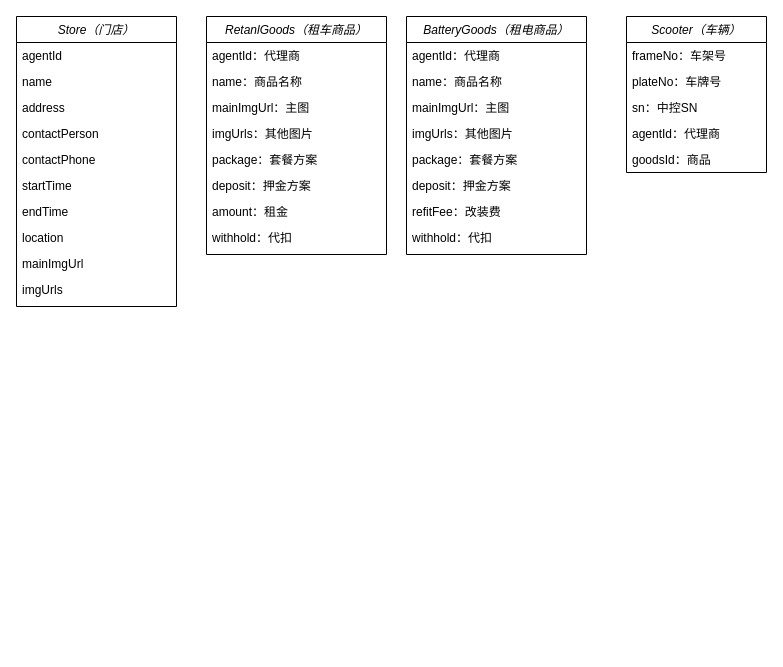
The draw.io diagram 换电SaaS平台.drawio in vikey5210000/diagrams, before the edit. Source tidied: cells renumbered, new cells numbered last; positions are measured from the earlier drawing's top-left corner, leaving out a move shared by most shapes. Both pictures are drawn from the tidied source at 100%, with x=0, y=0 at pixel (16, 16).
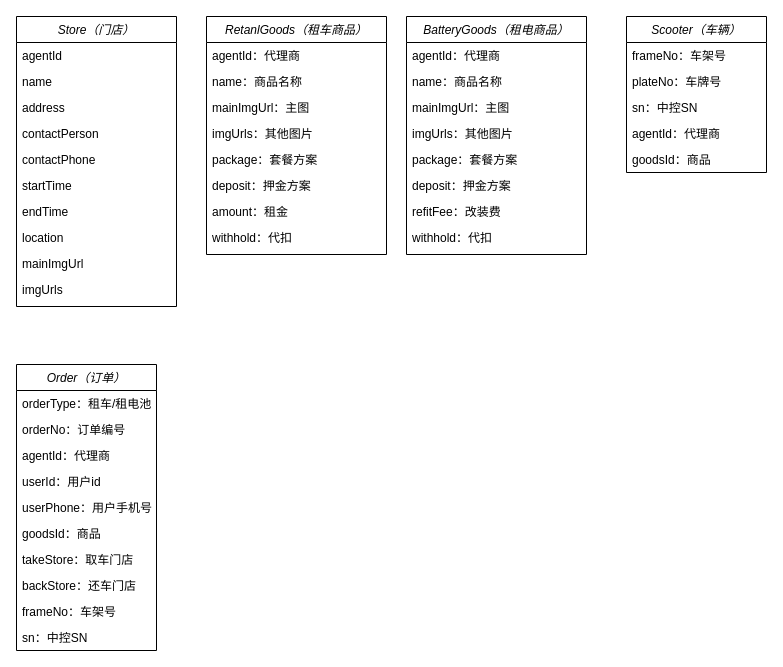
The same page after the edit.

Commit message:
更新换电SaaS平台.drawio

Change to the diagram source:
```diff
@@
+    <mxCell id="37" value="Order（订单）" style="swimlane;fontStyle=2;horizontal=1;startSize=26;fillColor=none;" parent="1" vertex="1">
+      <mxGeometry y="348" width="140" height="286" as="geometry" />
+    </mxCell>
+    <mxCell id="38" value="orderType：租车/租电池" style="text;strokeColor=none;fillColor=none;align=left;verticalAlign=top;spacingLeft=4;spacingRight=4;overflow=hidden;" parent="37" vertex="1">
+      <mxGeometry y="26" width="140" height="26" as="geometry" />
+    </mxCell>
+    <mxCell id="39" value="orderNo：订单编号" style="text;strokeColor=none;fillColor=none;align=left;verticalAlign=top;spacingLeft=4;spacingRight=4;overflow=hidden;" parent="37" vertex="1">
+      <mxGeometry y="52" width="140" height="26" as="geometry" />
+    </mxCell>
+    <mxCell id="40" value="agentId：代理商" style="text;strokeColor=none;fillColor=none;align=left;verticalAlign=top;spacingLeft=4;spacingRight=4;overflow=hidden;" parent="37" vertex="1">
+      <mxGeometry y="78" width="140" height="26" as="geometry" />
+    </mxCell>
+    <mxCell id="41" value="userId：用户id" style="text;strokeColor=none;fillColor=none;align=left;verticalAlign=top;spacingLeft=4;spacingRight=4;overflow=hidden;" parent="37" vertex="1">
+      <mxGeometry y="104" width="140" height="26" as="geometry" />
+    </mxCell>
+    <mxCell id="42" value="userPhone：用户手机号" style="text;strokeColor=none;fillColor=none;align=left;verticalAlign=top;spacingLeft=4;spacingRight=4;overflow=hidden;" parent="37" vertex="1">
+      <mxGeometry y="130" width="140" height="26" as="geometry" />
+    </mxCell>
+    <mxCell id="43" value="goodsId：商品" style="text;strokeColor=none;fillColor=none;align=left;verticalAlign=top;spacingLeft=4;spacingRight=4;overflow=hidden;" parent="37" vertex="1">
+      <mxGeometry y="156" width="140" height="26" as="geometry" />
+    </mxCell>
+    <mxCell id="44" value="takeStore：取车门店" style="text;strokeColor=none;fillColor=none;align=left;verticalAlign=top;spacingLeft=4;spacingRight=4;overflow=hidden;" parent="37" vertex="1">
+      <mxGeometry y="182" width="140" height="26" as="geometry" />
+    </mxCell>
+    <mxCell id="45" value="backStore：还车门店" style="text;strokeColor=none;fillColor=none;align=left;verticalAlign=top;spacingLeft=4;spacingRight=4;overflow=hidden;" parent="37" vertex="1">
+      <mxGeometry y="208" width="140" height="26" as="geometry" />
+    </mxCell>
+    <mxCell id="46" value="frameNo：车架号" style="text;strokeColor=none;fillColor=none;align=left;verticalAlign=top;spacingLeft=4;spacingRight=4;overflow=hidden;" parent="37" vertex="1">
+      <mxGeometry y="234" width="140" height="26" as="geometry" />
+    </mxCell>
+    <mxCell id="47" value="sn：中控SN" style="text;strokeColor=none;fillColor=none;align=left;verticalAlign=top;spacingLeft=4;spacingRight=4;overflow=hidden;" parent="37" vertex="1">
+      <mxGeometry y="260" width="140" height="26" as="geometry" />
+    </mxCell>
```
